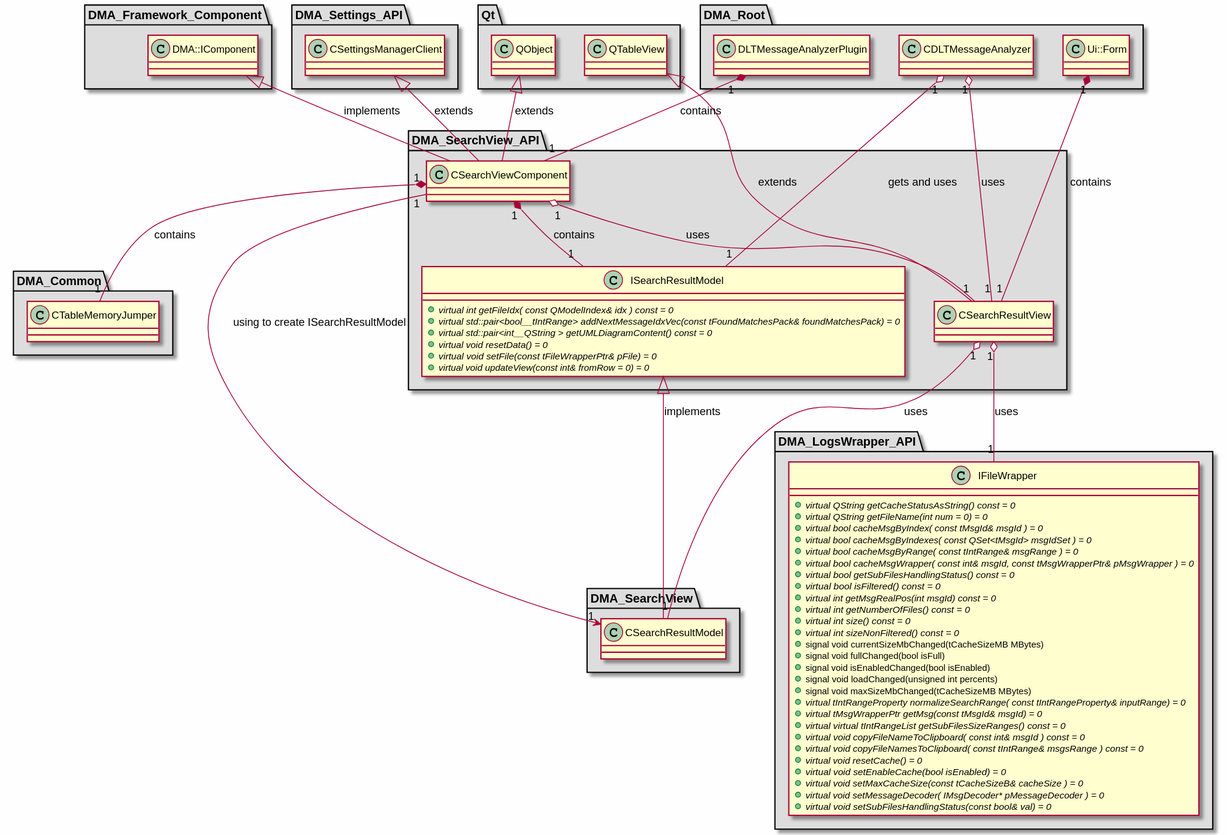
svlad-90/DLT-Message-Analyzer keeps this PlantUML diagram as md/dev_docs/puml/DMA_SearchView_API.svg. Above is the earlier version.
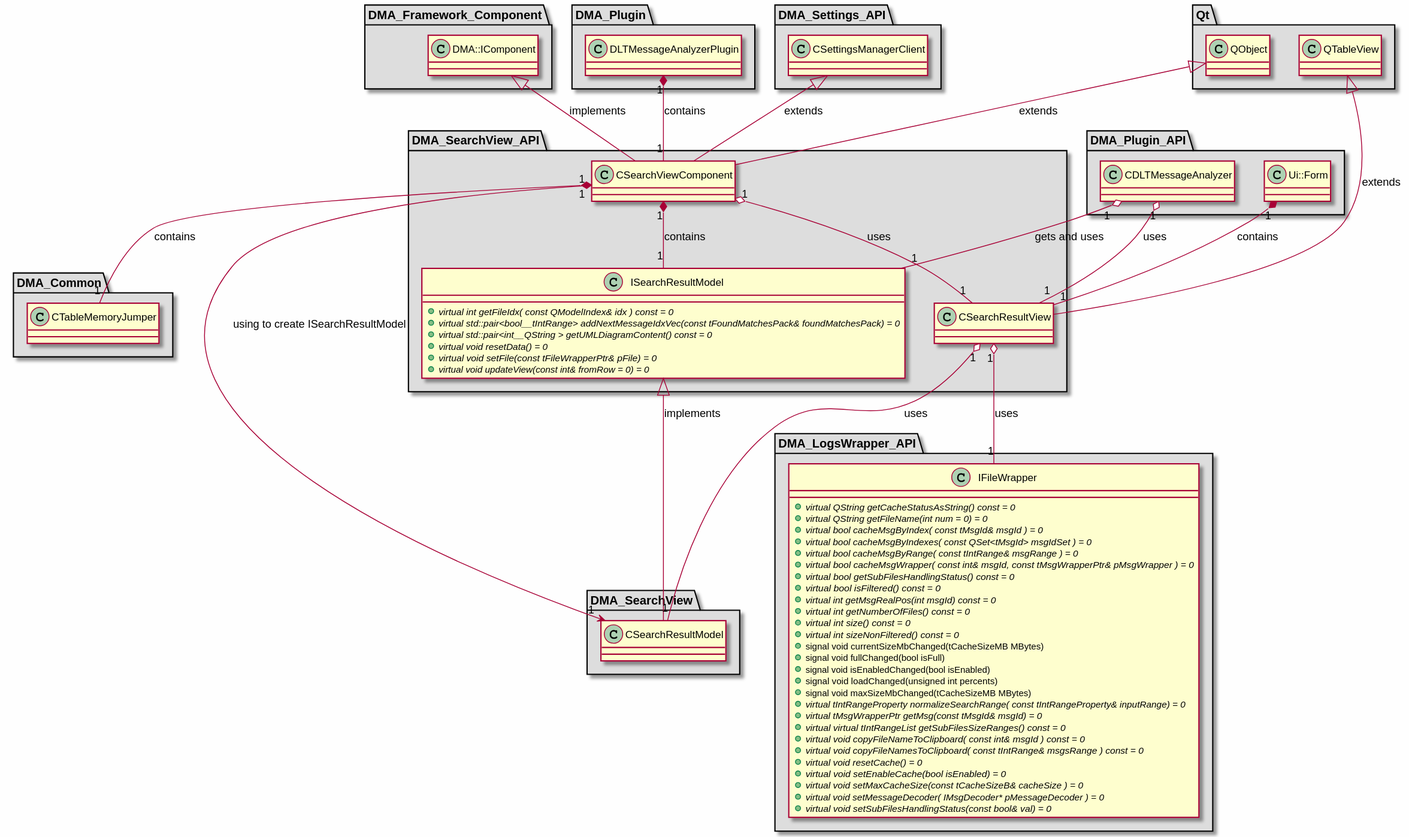
Later version of the same file.

What changed in the source:
```diff
@@ -56,14 +56,19 @@
 
 }
 
-package "DMA_Root" #DDDDDD
+package "DMA_Plugin" #DDDDDD
+{
+
+class "DLTMessageAnalyzerPlugin"
+{
+}
+
+}
+
+package "DMA_Plugin_API" #DDDDDD
 {
 
 class "CDLTMessageAnalyzer"
-{
-}
-
-class "DLTMessageAnalyzerPlugin"
 {
 }
 
@@ -133,9 +138,9 @@
 DMA::IComponent <|-- CSearchViewComponent : implements
 QObject <|-- CSearchViewComponent : extends
 
+DLTMessageAnalyzerPlugin "1" *-- "1" CSearchViewComponent : contains
 CDLTMessageAnalyzer "1" o-- "1" CSearchResultView : uses
 CDLTMessageAnalyzer "1" o-- "1" ISearchResultModel : gets and uses
-DLTMessageAnalyzerPlugin "1" *-- "1" CSearchViewComponent : contains
 Ui::Form "1" *-- "1" CSearchResultView : contains
 CSearchResultView "1" o-- "1" CSearchResultModel : uses
 CSearchResultView "1" o-- "1" IFileWrapper : uses
```
